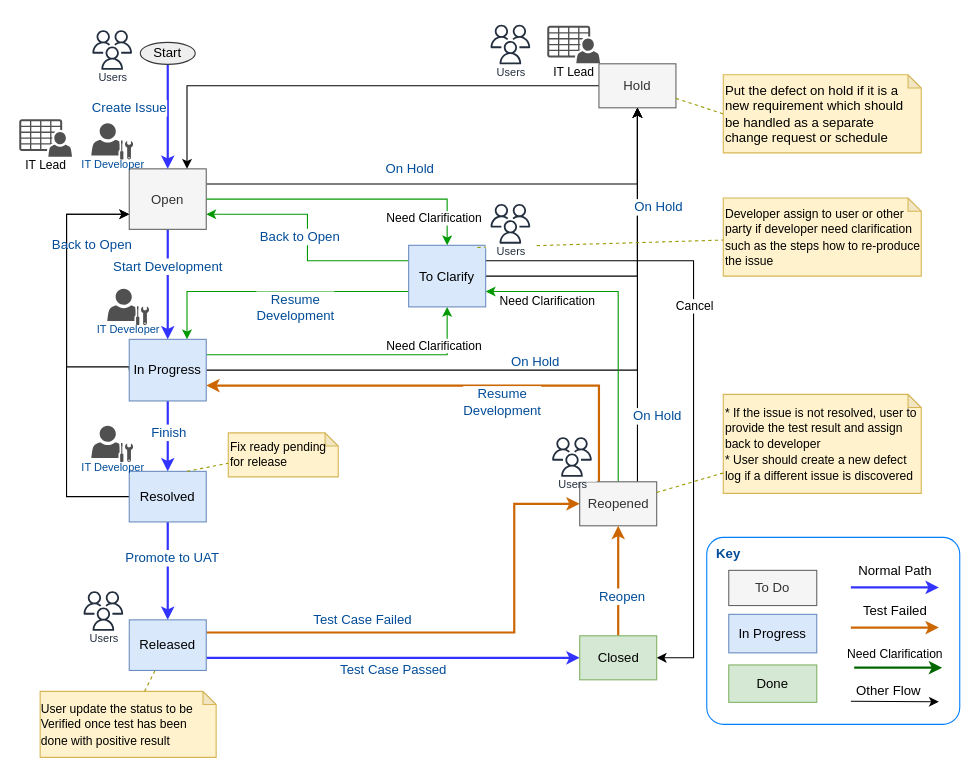
The draw.io diagram page "Modified JIRA UAT Flow" (9 of 9) of Change Request Process.drawio in whalebig27/change-request-process-diagram, before the edit. Source tidied: cells renumbered, new cells numbered last; positions are measured from the earlier drawing's top-left corner, leaving out a move shared by most shapes. Both pictures are drawn from the tidied source at 110%, with x=0, y=0 at pixel (19, 20).
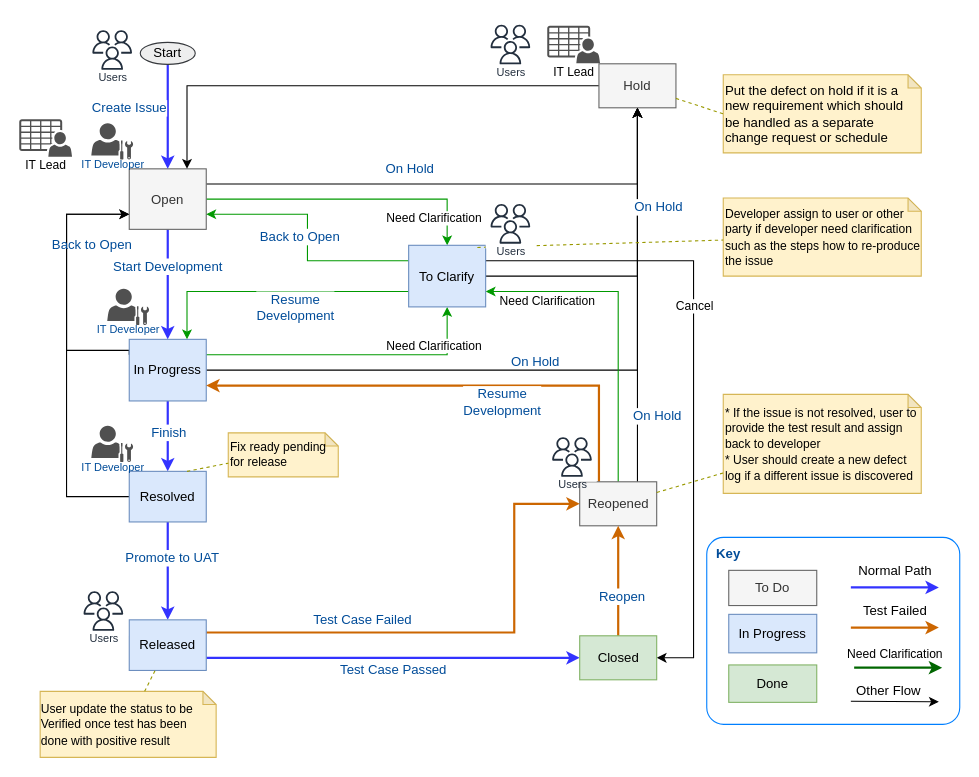
Above is the later version.

The change refers to these unchanged cells:
```xml
<mxCell id="10" value="In Progress" style="rounded=0;whiteSpace=wrap;html=1;strokeColor=#6c8ebf;fontSize=12;align=center;fillColor=#dae8fc;" parent="1" vertex="1">
  <mxGeometry x="100" y="290" width="70" height="56" as="geometry" />
</mxCell>
<mxCell id="19" value="Open" style="rounded=0;whiteSpace=wrap;html=1;strokeColor=#666666;fontSize=12;align=center;fontColor=#333333;fillColor=#f5f5f5;" parent="1" vertex="1">
  <mxGeometry x="100" y="135" width="70" height="55" as="geometry" />
</mxCell>
```

The edit, as a diff of the source:
```diff
@@
-    <mxCell id="5" style="edgeStyle=orthogonalEdgeStyle;rounded=0;jettySize=auto;html=1;fontSize=12;fontColor=#004C99;exitX=0;exitY=0.5;exitDx=0;exitDy=0;entryX=0;entryY=0.75;entryDx=0;entryDy=0;" parent="1" edge="1" source="10" target="19">
+    <mxCell id="5" style="edgeStyle=orthogonalEdgeStyle;rounded=0;jettySize=auto;html=1;fontSize=12;fontColor=#004C99;exitX=0;exitY=0.25;exitDx=0;exitDy=0;entryX=0;entryY=0.75;entryDx=0;entryDy=0;" parent="1" edge="1" source="10" target="19">
       <mxGeometry relative="1" as="geometry">
         <Array as="points">
-          <mxPoint x="100" y="315" />
-          <mxPoint x="43" y="315" />
+          <mxPoint x="100" y="300" />
+          <mxPoint x="43" y="300" />
           <mxPoint x="43" y="176" />
         </Array>
       </mxGeometry>
     </mxCell>
```
